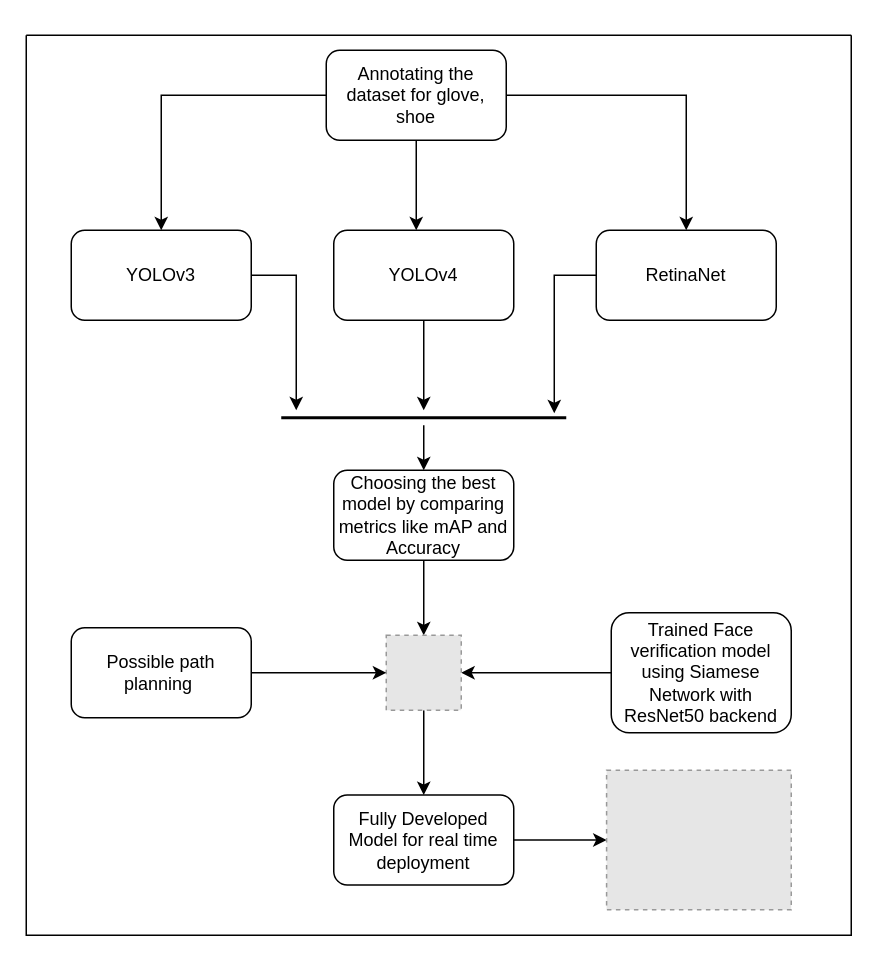
Above: FYP.drawio in splion-360/Construction-Site-Survelliance (draw.io), before the change. Source tidied: cells renumbered, new cells numbered last; positions are measured from the earlier drawing's top-left corner, leaving out a move shared by most shapes. Both pictures are drawn from the tidied source at 150%, with x=0, y=0 at pixel (26, 34). Pictures stored in the file or linked from it are replaced by grey dashed boxes.
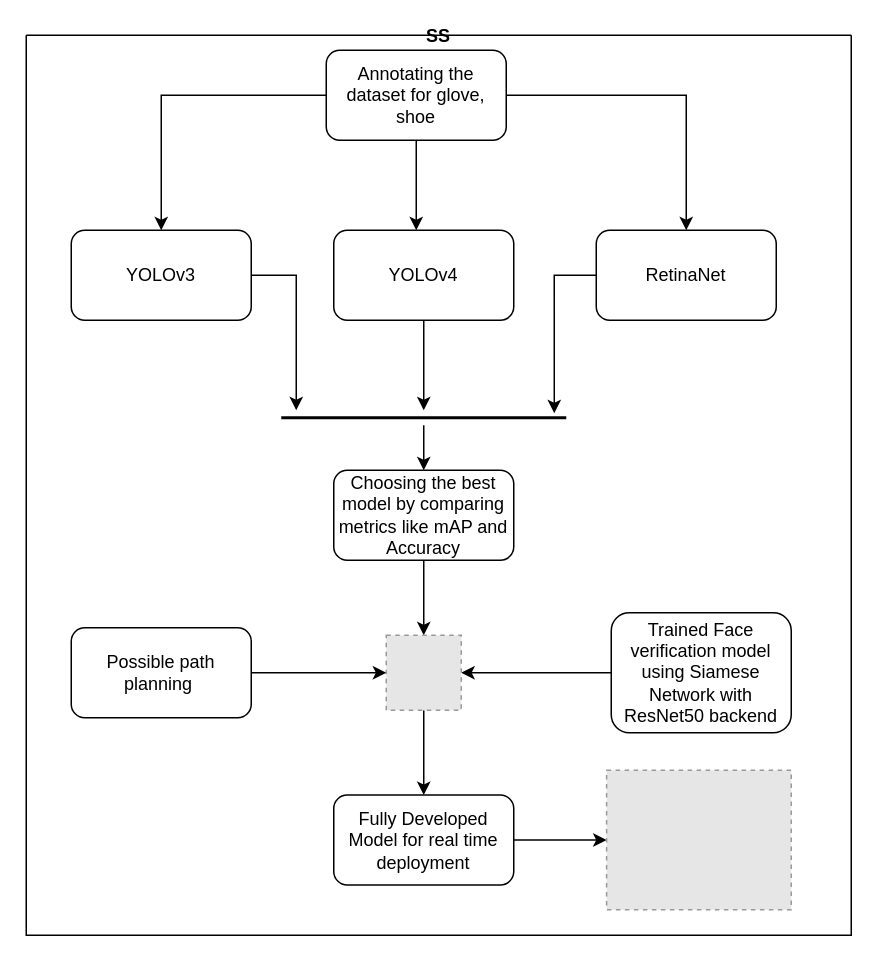
The same diagram, later.

What changed in the source:
```diff
@@
-    <mxCell id="25" style="swimlane;startSize=0;" parent="1" vertex="1">
+    <mxCell id="25" value="SS" style="swimlane;startSize=0;" parent="1" vertex="1">
       <mxGeometry width="550" height="600" as="geometry" />
     </mxCell>
```
